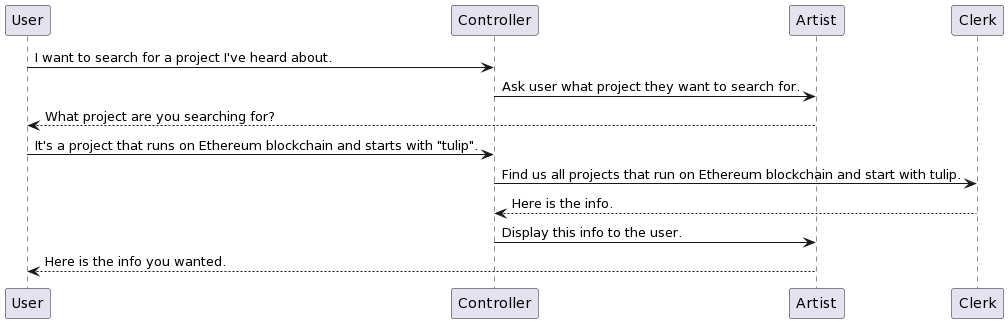
Earlier version of the PlantUML export 03_Elaboration/images/user_story_search.png (garthmortensen/BetterCryptoBureau).
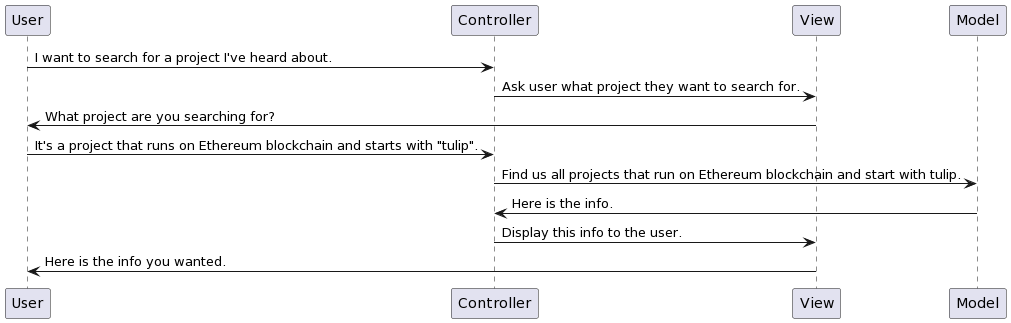
Later version of the same file.

The edit, as a diff of the source:
```diff
@@ -1,10 +1,10 @@
 @startuml
 User -> Controller: I want to search for a project I've heard about.
-Controller -> Artist: Ask user what project they want to search for.
-Artist --> User: What project are you searching for?
+Controller -> View: Ask user what project they want to search for.
+View -> User: What project are you searching for?
 User -> Controller: It's a project that runs on Ethereum blockchain and starts with "tulip".
-Controller -> Clerk: Find us all projects that run on Ethereum blockchain and start with tulip.
-Clerk --> Controller: Here is the info.
-Controller -> Artist: Display this info to the user.
-Artist --> User: Here is the info you wanted.
+Controller -> Model: Find us all projects that run on Ethereum blockchain and start with tulip.
+Model -> Controller: Here is the info.
+Controller -> View: Display this info to the user.
+View -> User: Here is the info you wanted.
 @enduml
```
